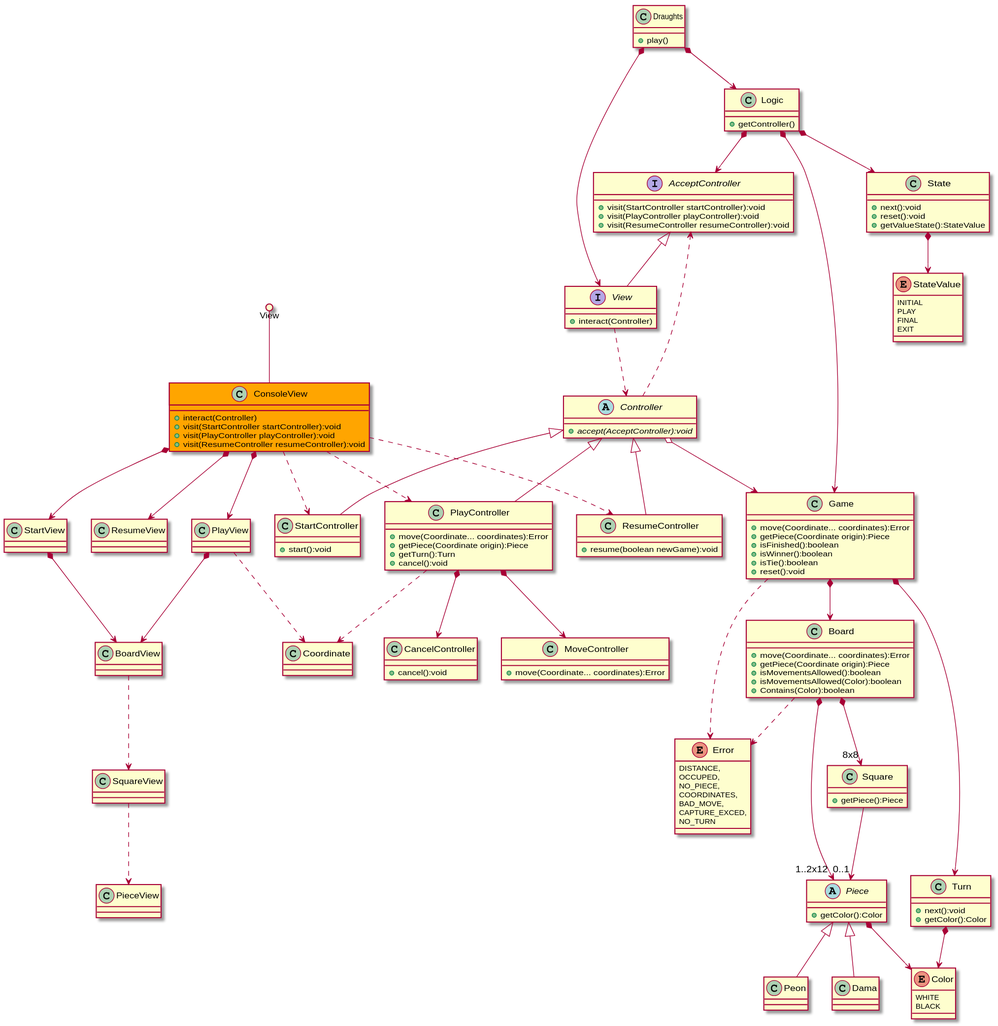
Above: diagrama1.svg in nkoutsourais/4954-PruebasSoftware-Practica6 (PlantUML), before the change.
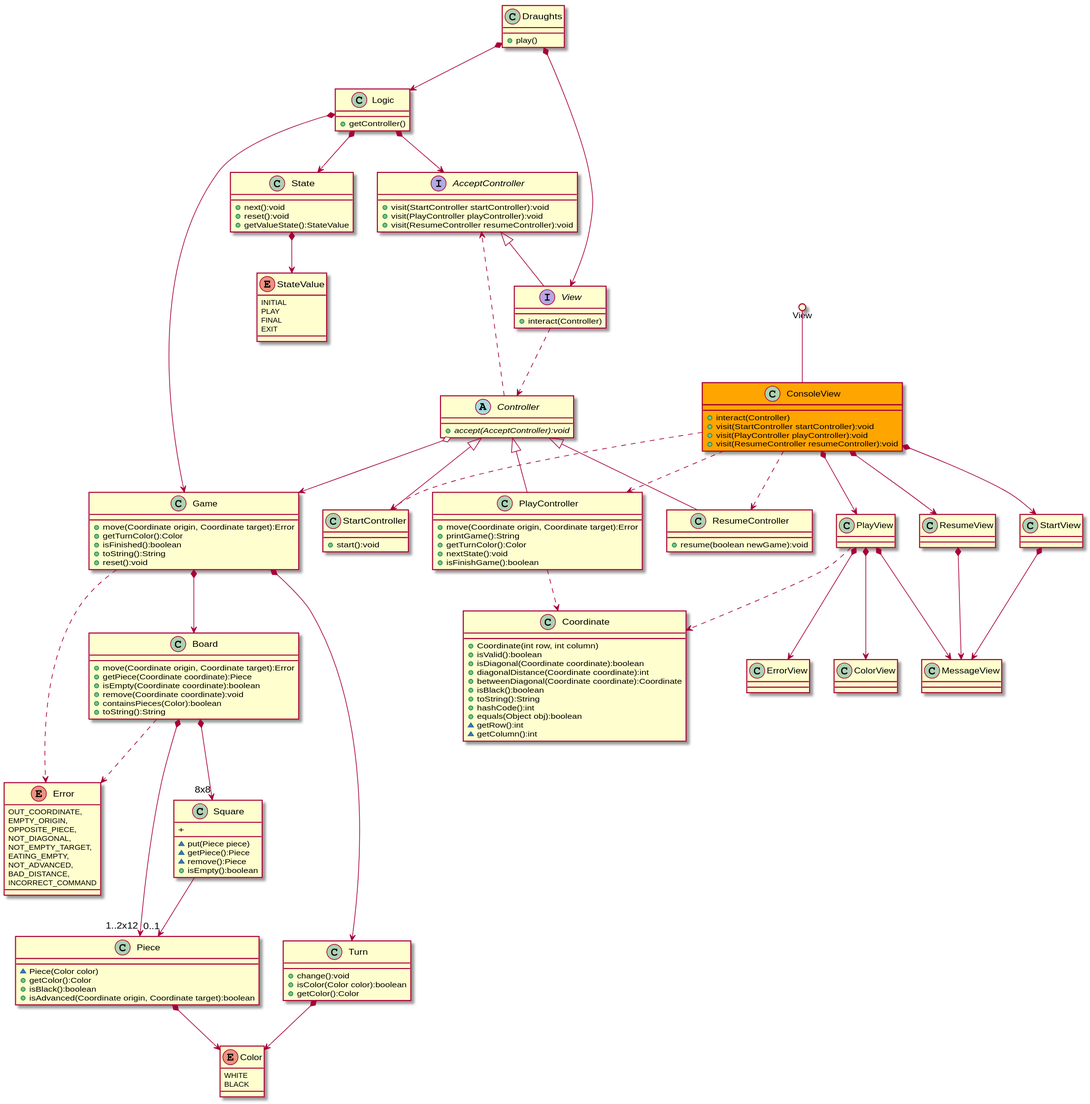
Above is the later version.

What changed in the source:
```diff
@@ -23,21 +23,21 @@
 
 class StartView {
 }
+StartView *-down-> MessageView
 
 class PlayView {
 }
+PlayView *-down-> ColorView
+PlayView *-down-> ErrorView
+PlayView *-down-> MessageView
 
 class ResumeView {
 }
+ResumeView *-down-> MessageView
 
 ConsoleView *-down-> StartView
 ConsoleView *-down-> PlayView
 ConsoleView *-down-> ResumeView
-
-StartView *-down-> BoardView
-PlayView *-down-> BoardView
-BoardView ..> SquareView
-SquareView ..> PieceView
 
 View ..> Controller
 AcceptController <|-down- View
@@ -70,41 +70,40 @@
  + start():void
 }
 
-class MoveController{
-  + move(Coordinate... coordinates):Error
-}
-
-class CancelController{
-  + cancel():void
-}
-
 class ResumeController{
  + resume(boolean newGame):void
 }
 
 class PlayController{
-  + move(Coordinate... coordinates):Error
-  + getPiece(Coordinate origin):Piece
-  + getTurn():Turn
-  + cancel():void
+  + move(Coordinate origin, Coordinate target):Error
+  + printGame():String
+  + getTurnColor():Color
+  + nextState():void
+  + isFinishGame():boolean
 }
 PlayController ..> Coordinate
 
 PlayView ..> Coordinate
 
 class Coordinate{
+  + Coordinate(int row, int column)
+  + isValid():boolean
+  + isDiagonal(Coordinate coordinate):boolean
+  + diagonalDistance(Coordinate coordinate):int
+  + betweenDiagonal(Coordinate coordinate):Coordinate
+  + isBlack():boolean
+  + toString():String
+  + hashCode():int
+  + equals(Object obj):boolean
+  ~ getRow():int
+  ~ getColumn():int
 }
 
-PlayController *-down-> CancelController
-PlayController *-down-> MoveController
-
-
 class Game{
-  + move(Coordinate... coordinates):Error
-  + getPiece(Coordinate origin):Piece
+  + move(Coordinate origin, Coordinate target):Error
+  + getTurnColor():Color
   + isFinished():boolean
-  + isWinner():boolean
-  + isTie():boolean
+  + toString():String
   + reset():void
 }
 Game *-down-> Board
@@ -112,33 +111,33 @@
 Game ..> Error
 
 class Board{
-  + move(Coordinate... coordinates):Error
-  + getPiece(Coordinate origin):Piece
-  + isMovementsAllowed():boolean
-  + isMovementsAllowed(Color):boolean
-  + Contains(Color):boolean
+  + move(Coordinate origin, Coordinate target):Error
+  + getPiece(Coordinate coordinate):Piece
+  + isEmpty(Coordinate coordinate):boolean
+  + remove(Coordinate coordinate):void
+  + containsPieces(Color):boolean
+  + toString():String
 }
 Board *-down-> "8x8" Square
 Board *-down-> "1..2x12" Piece
 Board ..> Error
 
 class Square{
-  + getPiece():Piece
+  ~ put(Piece piece)
+  ~ getPiece():Piece
+  ~ remove():Piece
+  + isEmpty():boolean
+  +
 }
 Square  --> "0..1" Piece
 
-abstract class Piece{
+class Piece{
+  ~ Piece(Color color)
   + getColor():Color
+  + isBlack():boolean
+  + isAdvanced(Coordinate origin, Coordinate target):boolean
 }
-Piece <|-down- Peon
-Piece <|-down- Dama
 Piece *--> Color
-
-class Peon{
-}
-
-class Dama{
-}
 
 enum Color{
     WHITE
@@ -146,7 +145,8 @@
 }
 
 class Turn{
-  + next():void
+  + change():void
+  + isColor(Color color):boolean
   + getColor():Color
 }
 Turn *--> Color
@@ -166,12 +166,14 @@
 }
 
 enum Error{
-  DISTANCE,
-	OCCUPED,
-	NO_PIECE,
-	COORDINATES,
-	BAD_MOVE,
-	CAPTURE_EXCED,
-	NO_TURN
+  OUT_COORDINATE,
+  EMPTY_ORIGIN,
+  OPPOSITE_PIECE,
+  NOT_DIAGONAL,
+  NOT_EMPTY_TARGET,
+  EATING_EMPTY,
+  NOT_ADVANCED,
+  BAD_DISTANCE,
+  INCORRECT_COMMAND
 }
 @enduml
```
